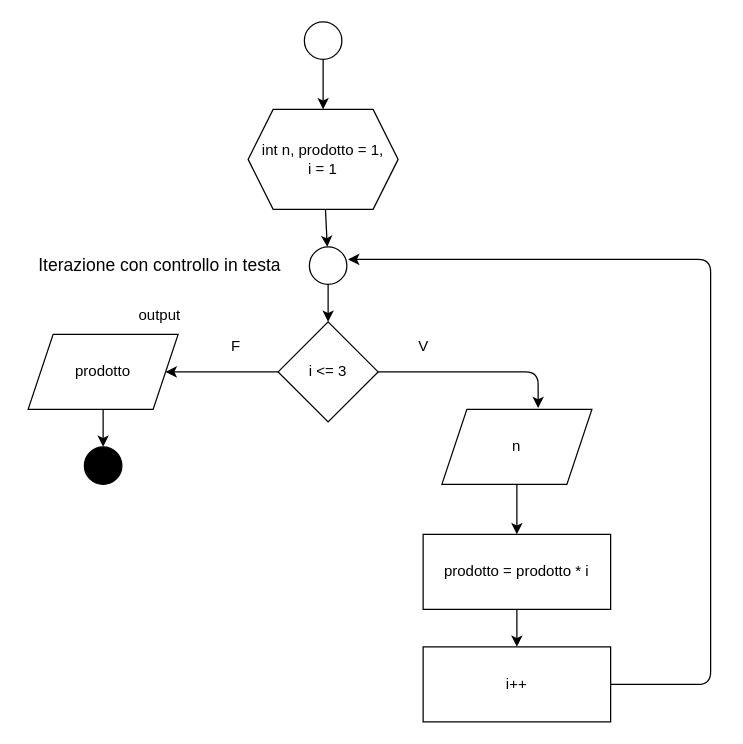
FrancescoGobbi/Didattica_GalileoGalilei_Ostiglia keeps this draw.io diagram as AS_2023_2024/2TrED/Teoria/UD_2/Teoria_4.drawio. Above is the earlier version. Source tidied: cells renumbered, new cells numbered last; positions are measured from the earlier drawing's top-left corner, leaving out a move shared by most shapes. Both pictures are drawn from the tidied source at 125%, with x=0, y=0 at pixel (21, 21).
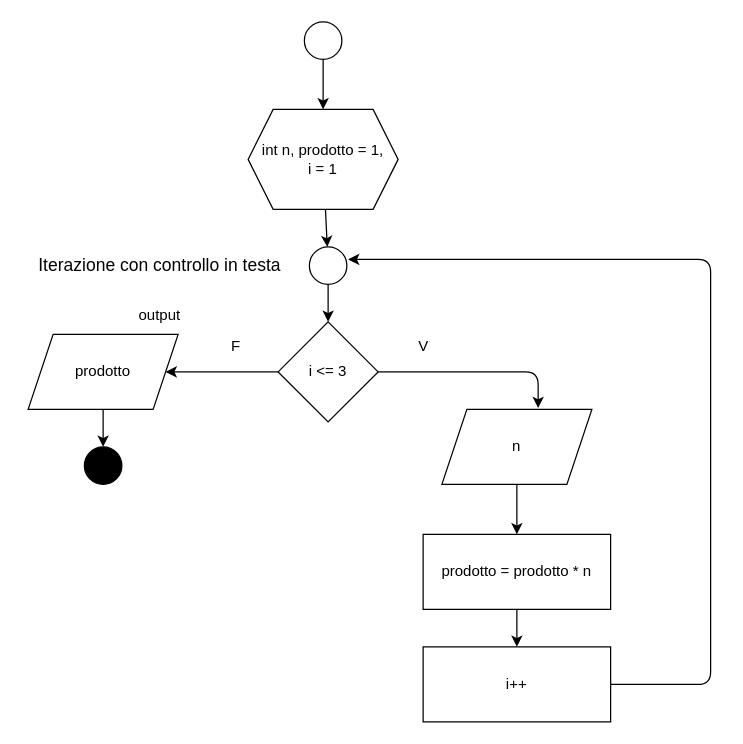
Above is the later version.

The edit, as a diff of the source:
```diff
@@
-    <mxCell id="8" value="prodotto = prodotto * i" style="rounded=0;whiteSpace=wrap;html=1;" parent="1" vertex="1">
+    <mxCell id="8" value="prodotto = prodotto * n" style="rounded=0;whiteSpace=wrap;html=1;" parent="1" vertex="1">
       <mxGeometry x="321" y="410" width="150" height="60" as="geometry" />
     </mxCell>
```
